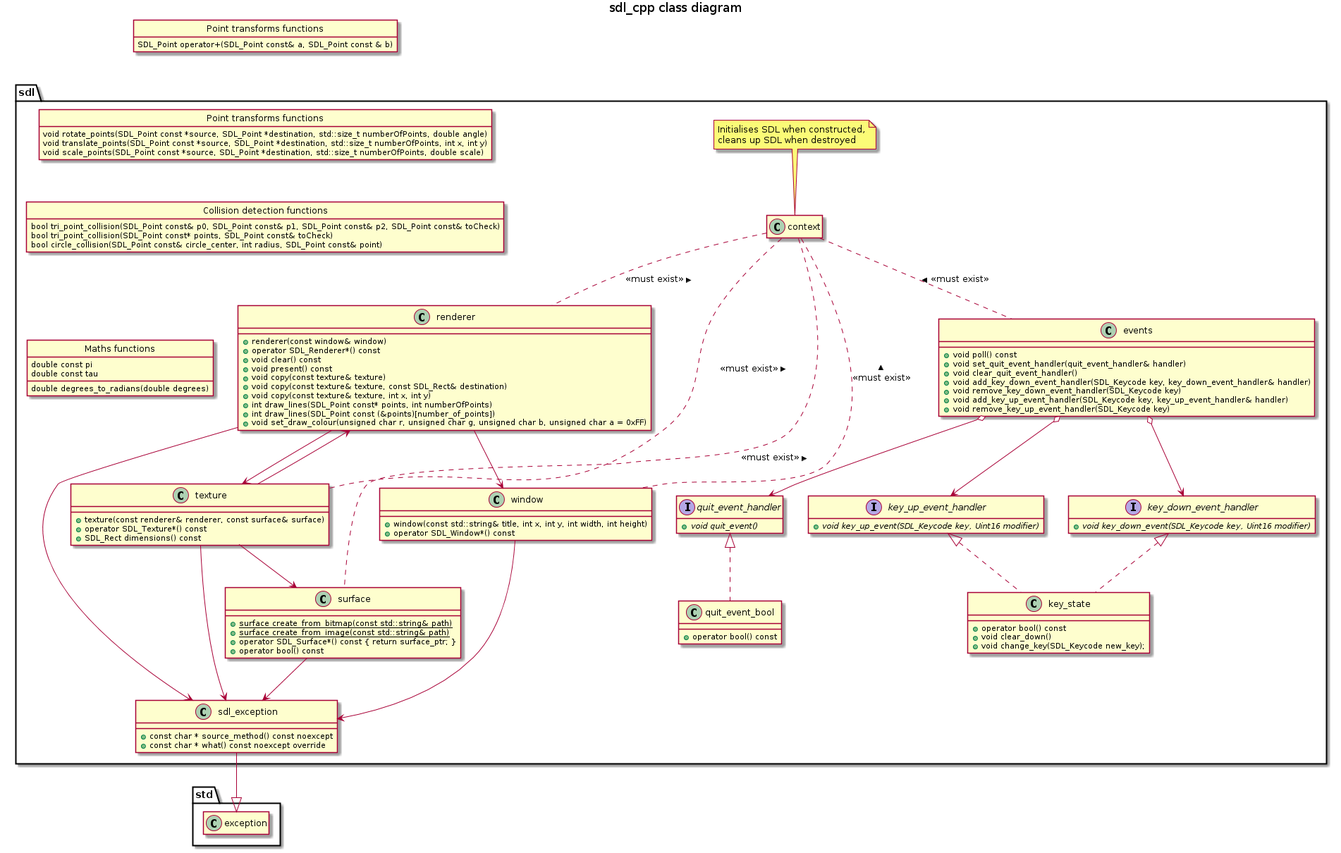
This is sdl_cpp-class-diagram.png from hiddeninplainsight/sdl_cpp_wrapper, a PlantUML export, as it was before one commit.
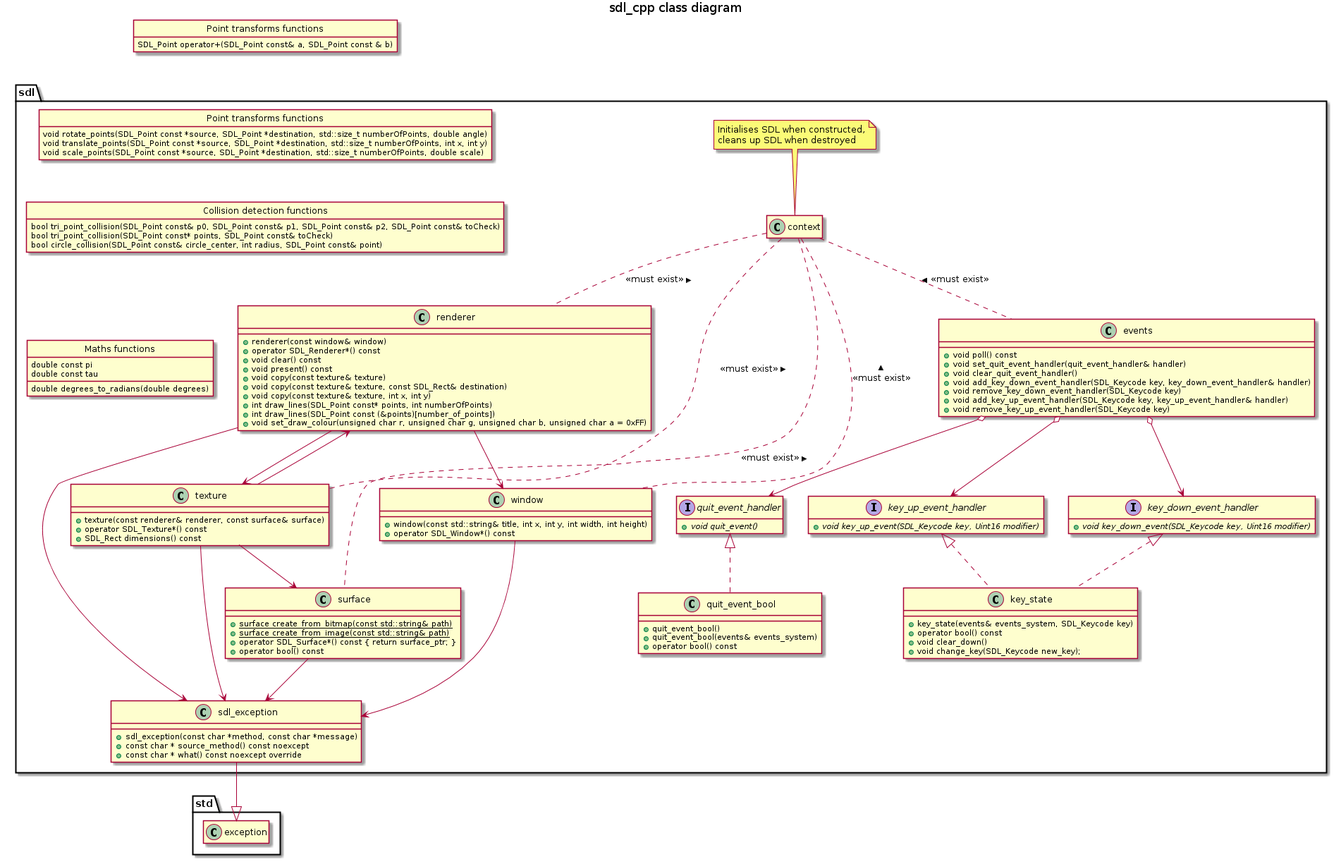
After the change.

Commit message:
Added missing constructors in UML diagrams

Change to the diagram source:
```diff
@@ -32,6 +32,7 @@
 }
 namespace sdl {
     class key_state {
+        + key_state(events& events_system, SDL_Keycode key)
         + operator bool() const
         + void clear_down()
         + void change_key(SDL_Keycode new_key);
@@ -42,6 +43,8 @@
 }
 namespace sdl {
     class quit_event_bool {
+        + quit_event_bool()
+        + quit_event_bool(events& events_system)
         + operator bool() const
     }
 
@@ -77,6 +80,7 @@
 }
 namespace sdl {
     class sdl_exception {
+        + sdl_exception(const char *method, const char *message)
         + const char * source_method() const noexcept
         + const char * what() const noexcept override
     }
```
